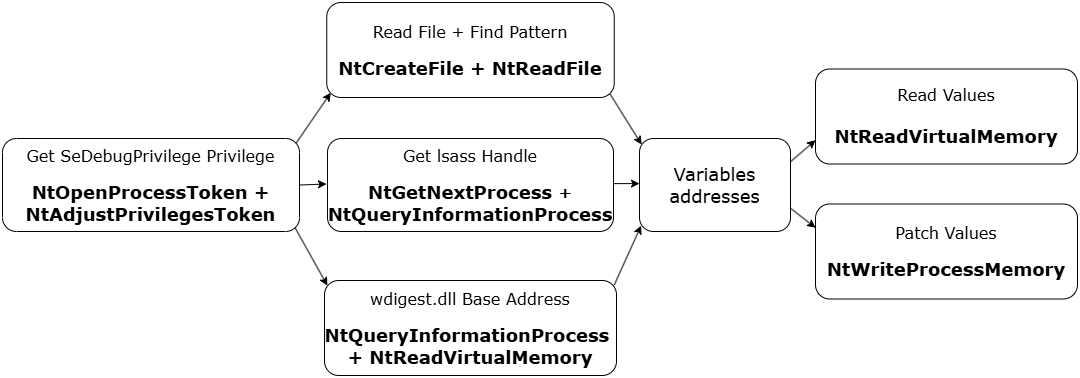
This is images/nativebypasscredguard/esquema.png from ricardojoserf/ricardojoserf.github.io, a draw.io export, as it was before one commit. Source tidied: cells renumbered, new cells last; positions are measured from the earlier drawing's top-left corner, leaving out a move shared by most shapes.
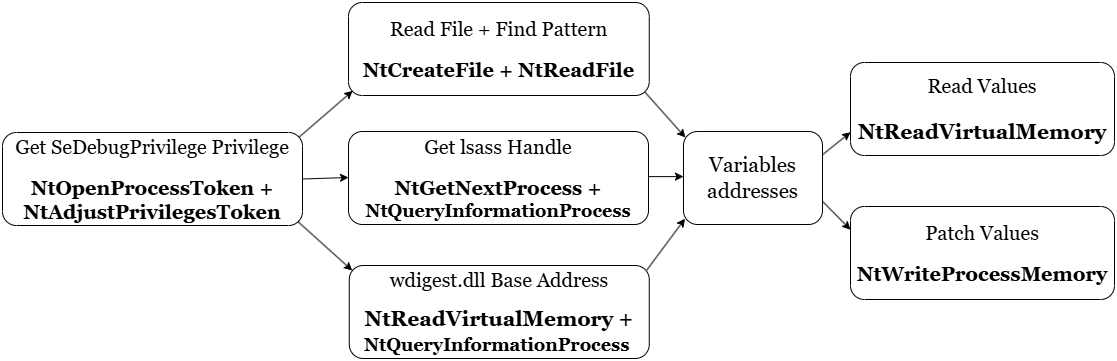
The same diagram one commit later.

Change to the diagram source:
```diff
@@ -2,30 +2,30 @@
   <root>
     <mxCell id="0" />
     <mxCell id="1" parent="0" />
-    <mxCell id="2" value="&lt;div&gt;&lt;font face=&quot;Verdana&quot; style=&quot;font-size: 16px;&quot;&gt;Get SeDebugPrivilege Privilege&lt;/font&gt;&lt;/div&gt;&lt;div&gt;&lt;font face=&quot;Verdana&quot; style=&quot;font-size: 14px;&quot;&gt;&lt;br&gt;&lt;/font&gt;&lt;/div&gt;&lt;div&gt;&lt;span style=&quot;background-color: initial;&quot;&gt;&lt;b style=&quot;&quot;&gt;&lt;font face=&quot;Verdana&quot; style=&quot;font-size: 18px;&quot;&gt;NtOpenProcessToken +&lt;/font&gt;&lt;/b&gt;&lt;/span&gt;&lt;/div&gt;&lt;div&gt;&lt;span style=&quot;background-color: initial;&quot;&gt;&lt;b style=&quot;&quot;&gt;&lt;font face=&quot;Verdana&quot; style=&quot;font-size: 18px;&quot;&gt;NtAdjustPrivilegesToken&lt;/font&gt;&lt;/b&gt;&lt;/span&gt;&lt;/div&gt;" style="rounded=1;whiteSpace=wrap;html=1;" parent="1" vertex="1">
-      <mxGeometry y="136" width="297" height="93" as="geometry" />
+    <mxCell id="2" value="&lt;div&gt;&lt;font face=&quot;Georgia&quot; style=&quot;font-size: 20px;&quot;&gt;Get SeDebugPrivilege Privilege&lt;/font&gt;&lt;/div&gt;&lt;div&gt;&lt;font face=&quot;Georgia&quot; style=&quot;font-size: 14px;&quot;&gt;&lt;br&gt;&lt;/font&gt;&lt;/div&gt;&lt;div&gt;&lt;span style=&quot;background-color: initial;&quot;&gt;&lt;font face=&quot;Georgia&quot; style=&quot;font-size: 20px;&quot;&gt;&lt;b style=&quot;&quot;&gt;NtOpenProcessToken +&lt;/b&gt;&lt;/font&gt;&lt;/span&gt;&lt;/div&gt;&lt;div&gt;&lt;span style=&quot;background-color: initial;&quot;&gt;&lt;b style=&quot;&quot;&gt;&lt;font face=&quot;Georgia&quot; style=&quot;font-size: 20px;&quot;&gt;NtAdjustPrivilegesToken&lt;/font&gt;&lt;/b&gt;&lt;/span&gt;&lt;/div&gt;" style="rounded=1;whiteSpace=wrap;html=1;" parent="1" vertex="1">
+      <mxGeometry x="-35" y="137" width="300" height="93" as="geometry" />
     </mxCell>
-    <mxCell id="3" value="&lt;div&gt;&lt;font face=&quot;Verdana&quot; style=&quot;font-size: 16px;&quot;&gt;Get lsass Handle&lt;/font&gt;&lt;/div&gt;&lt;div&gt;&lt;font face=&quot;Verdana&quot; style=&quot;font-size: 14px;&quot;&gt;&lt;br&gt;&lt;/font&gt;&lt;/div&gt;&lt;div&gt;&lt;span style=&quot;background-color: initial;&quot;&gt;&lt;font face=&quot;Verdana&quot; style=&quot;font-size: 18px;&quot;&gt;&lt;b style=&quot;&quot;&gt;NtGetNextProcess&amp;nbsp;&lt;/b&gt;&lt;/font&gt;&lt;/span&gt;&lt;b style=&quot;font-family: Verdana; background-color: initial;&quot;&gt;&lt;span style=&quot;font-size: 16px;&quot;&gt;+ &lt;/span&gt;&lt;font style=&quot;font-size: 18px;&quot;&gt;NtQueryInformationProcess&lt;/font&gt;&lt;/b&gt;&lt;/div&gt;" style="rounded=1;whiteSpace=wrap;html=1;" parent="1" vertex="1">
-      <mxGeometry x="325" y="136" width="286" height="93" as="geometry" />
+    <mxCell id="3" value="&lt;div&gt;&lt;font face=&quot;Georgia&quot; style=&quot;font-size: 20px;&quot;&gt;Get lsass Handle&lt;/font&gt;&lt;/div&gt;&lt;div&gt;&lt;font face=&quot;Georgia&quot; style=&quot;font-size: 14px;&quot;&gt;&lt;br&gt;&lt;/font&gt;&lt;/div&gt;&lt;div&gt;&lt;font style=&quot;&quot; face=&quot;Georgia&quot;&gt;&lt;span style=&quot;font-size: 20px; background-color: initial;&quot;&gt;&lt;font style=&quot;&quot;&gt;&lt;b style=&quot;&quot;&gt;NtGetNextProcess&amp;nbsp;&lt;/b&gt;&lt;/font&gt;&lt;/span&gt;&lt;b style=&quot;background-color: initial;&quot;&gt;&lt;span style=&quot;font-size: 20px;&quot;&gt;+ &lt;/span&gt;&lt;font style=&quot;font-size: 18px;&quot;&gt;NtQueryInformationProcess&lt;/font&gt;&lt;/b&gt;&lt;/font&gt;&lt;/div&gt;" style="rounded=1;whiteSpace=wrap;html=1;" parent="1" vertex="1">
+      <mxGeometry x="311" y="136" width="300" height="93" as="geometry" />
     </mxCell>
-    <mxCell id="4" value="&lt;div&gt;&lt;font face=&quot;Verdana&quot; style=&quot;font-size: 16px;&quot;&gt;Read File + Find Pattern&lt;/font&gt;&lt;/div&gt;&lt;div&gt;&lt;font face=&quot;Verdana&quot; style=&quot;font-size: 14px;&quot;&gt;&lt;br&gt;&lt;/font&gt;&lt;/div&gt;&lt;div&gt;&lt;span style=&quot;background-color: initial;&quot;&gt;&lt;font face=&quot;Verdana&quot; style=&quot;font-size: 18px;&quot;&gt;&lt;b style=&quot;&quot;&gt;NtCreateFile +&amp;nbsp;&lt;/b&gt;&lt;/font&gt;&lt;/span&gt;&lt;b style=&quot;background-color: initial;&quot;&gt;&lt;font face=&quot;Verdana&quot; style=&quot;font-size: 18px;&quot;&gt;&lt;span style=&quot;background-color: initial;&quot;&gt;NtReadFile&lt;/span&gt;&lt;/font&gt;&lt;/b&gt;&lt;/div&gt;" style="rounded=1;whiteSpace=wrap;html=1;" parent="1" vertex="1">
-      <mxGeometry x="324.2" width="287.5" height="95" as="geometry" />
+    <mxCell id="4" value="&lt;div&gt;&lt;font face=&quot;Georgia&quot; style=&quot;font-size: 20px;&quot;&gt;Read File + Find Pattern&lt;/font&gt;&lt;/div&gt;&lt;div&gt;&lt;font face=&quot;Georgia&quot; style=&quot;font-size: 14px;&quot;&gt;&lt;br&gt;&lt;/font&gt;&lt;/div&gt;&lt;div&gt;&lt;font style=&quot;font-size: 20px;&quot; face=&quot;Georgia&quot;&gt;&lt;span style=&quot;background-color: initial;&quot;&gt;&lt;font style=&quot;&quot;&gt;&lt;b style=&quot;&quot;&gt;NtCreateFile +&amp;nbsp;&lt;/b&gt;&lt;/font&gt;&lt;/span&gt;&lt;b style=&quot;background-color: initial;&quot;&gt;&lt;font style=&quot;&quot;&gt;&lt;span style=&quot;background-color: initial;&quot;&gt;NtReadFile&lt;/span&gt;&lt;/font&gt;&lt;/b&gt;&lt;/font&gt;&lt;/div&gt;" style="rounded=1;whiteSpace=wrap;html=1;" parent="1" vertex="1">
+      <mxGeometry x="311" y="7" width="300.8" height="93" as="geometry" />
     </mxCell>
-    <mxCell id="5" value="&lt;div&gt;&lt;font face=&quot;Verdana&quot; style=&quot;font-size: 16px;&quot;&gt;wdigest.dll Base Address&lt;/font&gt;&lt;/div&gt;&lt;div&gt;&lt;font face=&quot;Verdana&quot; style=&quot;font-size: 14px;&quot;&gt;&lt;br&gt;&lt;/font&gt;&lt;/div&gt;&lt;div&gt;&lt;span style=&quot;background-color: initial;&quot;&gt;&lt;b style=&quot;&quot;&gt;&lt;font style=&quot;font-size: 18px;&quot; face=&quot;Verdana&quot;&gt;NtQueryInformationProcess&amp;nbsp;&lt;/font&gt;&lt;/b&gt;&lt;/span&gt;&lt;/div&gt;&lt;div&gt;&lt;span style=&quot;background-color: initial;&quot;&gt;&lt;font face=&quot;Verdana&quot; style=&quot;font-size: 18px;&quot;&gt;&lt;b style=&quot;&quot;&gt;+ NtReadVirtualMemory&lt;/b&gt;&lt;/font&gt;&lt;/span&gt;&lt;/div&gt;" style="rounded=1;whiteSpace=wrap;html=1;" parent="1" vertex="1">
-      <mxGeometry x="322" y="278" width="292" height="95" as="geometry" />
+    <mxCell id="5" value="&lt;div&gt;&lt;font face=&quot;Georgia&quot; style=&quot;font-size: 20px;&quot;&gt;wdigest.dll Base Address&lt;/font&gt;&lt;/div&gt;&lt;div&gt;&lt;br&gt;&lt;/div&gt;&lt;div&gt;&lt;span style=&quot;background-color: initial;&quot;&gt;&lt;font face=&quot;Georgia&quot; style=&quot;font-size: 21px;&quot;&gt;&lt;b style=&quot;&quot;&gt;NtReadVirtualMemory +&lt;/b&gt;&lt;/font&gt;&lt;/span&gt;&lt;/div&gt;&lt;div&gt;&lt;b&gt;&lt;font style=&quot;font-size: 18px;&quot; face=&quot;Georgia&quot;&gt;NtQueryInformationProcess&amp;nbsp;&lt;/font&gt;&lt;/b&gt;&lt;span style=&quot;background-color: initial;&quot;&gt;&lt;font face=&quot;Georgia&quot; style=&quot;font-size: 21px;&quot;&gt;&lt;b style=&quot;&quot;&gt;&lt;/b&gt;&lt;/font&gt;&lt;/span&gt;&lt;/div&gt;" style="rounded=1;whiteSpace=wrap;html=1;" parent="1" vertex="1">
+      <mxGeometry x="311.8" y="270" width="300" height="93" as="geometry" />
     </mxCell>
-    <mxCell id="6" value="&lt;div&gt;&lt;font face=&quot;Verdana&quot; style=&quot;font-size: 16px;&quot;&gt;Read Values&lt;/font&gt;&lt;/div&gt;&lt;div&gt;&lt;font face=&quot;Verdana&quot; style=&quot;font-size: 18px;&quot;&gt;&lt;br&gt;&lt;/font&gt;&lt;/div&gt;&lt;div&gt;&lt;span style=&quot;background-color: initial;&quot;&gt;&lt;font face=&quot;Verdana&quot; style=&quot;font-size: 18px;&quot;&gt;&lt;b style=&quot;&quot;&gt;NtReadVirtualMemory&lt;/b&gt;&lt;/font&gt;&lt;/span&gt;&lt;/div&gt;" style="rounded=1;whiteSpace=wrap;html=1;" parent="1" vertex="1">
-      <mxGeometry x="813" y="66.5" width="262" height="95" as="geometry" />
+    <mxCell id="6" value="&lt;div&gt;&lt;font face=&quot;Georgia&quot; style=&quot;font-size: 20px;&quot;&gt;Read Values&lt;/font&gt;&lt;/div&gt;&lt;div&gt;&lt;font face=&quot;Georgia&quot; style=&quot;font-size: 18px;&quot;&gt;&lt;br&gt;&lt;/font&gt;&lt;/div&gt;&lt;div&gt;&lt;span style=&quot;background-color: initial;&quot;&gt;&lt;font face=&quot;Georgia&quot; style=&quot;font-size: 21px;&quot;&gt;&lt;b style=&quot;&quot;&gt;NtReadVirtualMemory&lt;/b&gt;&lt;/font&gt;&lt;/span&gt;&lt;/div&gt;" style="rounded=1;whiteSpace=wrap;html=1;" parent="1" vertex="1">
+      <mxGeometry x="813" y="67" width="264" height="93" as="geometry" />
     </mxCell>
-    <mxCell id="7" value="&lt;div&gt;&lt;font face=&quot;Verdana&quot; style=&quot;font-size: 16px;&quot;&gt;Patch Values&lt;/font&gt;&lt;/div&gt;&lt;div&gt;&lt;font face=&quot;Verdana&quot; style=&quot;font-size: 14px;&quot;&gt;&lt;br&gt;&lt;/font&gt;&lt;/div&gt;&lt;div&gt;&lt;span style=&quot;background-color: initial;&quot;&gt;&lt;font face=&quot;Verdana&quot; style=&quot;font-size: 18px;&quot;&gt;&lt;b style=&quot;&quot;&gt;NtWriteProcessMemory&lt;/b&gt;&lt;/font&gt;&lt;/span&gt;&lt;/div&gt;" style="rounded=1;whiteSpace=wrap;html=1;" parent="1" vertex="1">
-      <mxGeometry x="813" y="201.5" width="262" height="95" as="geometry" />
+    <mxCell id="7" value="&lt;div&gt;&lt;font face=&quot;Georgia&quot; style=&quot;font-size: 20px;&quot;&gt;Patch Values&lt;/font&gt;&lt;/div&gt;&lt;div&gt;&lt;font face=&quot;Georgia&quot; style=&quot;font-size: 14px;&quot;&gt;&lt;br&gt;&lt;/font&gt;&lt;/div&gt;&lt;div&gt;&lt;span style=&quot;background-color: initial;&quot;&gt;&lt;font face=&quot;Georgia&quot; style=&quot;font-size: 20px;&quot;&gt;&lt;b style=&quot;&quot;&gt;NtWriteProcessMemory&lt;/b&gt;&lt;/font&gt;&lt;/span&gt;&lt;/div&gt;" style="rounded=1;whiteSpace=wrap;html=1;" parent="1" vertex="1">
+      <mxGeometry x="813" y="211" width="264" height="93" as="geometry" />
     </mxCell>
-    <mxCell id="8" value="&lt;div&gt;&lt;font face=&quot;Verdana&quot; style=&quot;font-size: 18px;&quot;&gt;Variables&lt;/font&gt;&lt;/div&gt;&lt;div&gt;&lt;font face=&quot;Verdana&quot; style=&quot;font-size: 18px;&quot;&gt;addresses&lt;/font&gt;&lt;/div&gt;" style="rounded=1;whiteSpace=wrap;html=1;" parent="1" vertex="1">
-      <mxGeometry x="637" y="136" width="151" height="93" as="geometry" />
+    <mxCell id="8" value="&lt;div&gt;&lt;font face=&quot;Georgia&quot; style=&quot;font-size: 21px;&quot;&gt;Variables&lt;/font&gt;&lt;/div&gt;&lt;div&gt;&lt;font face=&quot;Georgia&quot; style=&quot;font-size: 21px;&quot;&gt;addresses&lt;/font&gt;&lt;/div&gt;" style="rounded=1;whiteSpace=wrap;html=1;" parent="1" vertex="1">
+      <mxGeometry x="646" y="136" width="139" height="93" as="geometry" />
     </mxCell>
-    <mxCell id="9" style="endArrow=classic;html=1;rounded=0;exitX=1;exitY=0.5;exitDx=0;exitDy=0;entryX=0;entryY=0.5;entryDx=0;entryDy=0;" parent="1" edge="1" source="2">
+    <mxCell id="9" style="endArrow=classic;html=1;rounded=0;exitX=1;exitY=0.5;exitDx=0;exitDy=0;" parent="1" edge="1" source="2">
       <mxGeometry relative="1" as="geometry">
-        <mxPoint x="324" y="181.5" as="targetPoint" />
+        <mxPoint x="311" y="182" as="targetPoint" />
       </mxGeometry>
     </mxCell>
     <mxCell id="10" style="endArrow=classic;html=1;rounded=0;exitX=1;exitY=0.5;exitDx=0;exitDy=0;entryX=0;entryY=0.485;entryDx=0;entryDy=0;entryPerimeter=0;" parent="1" edge="1" target="8">
```
